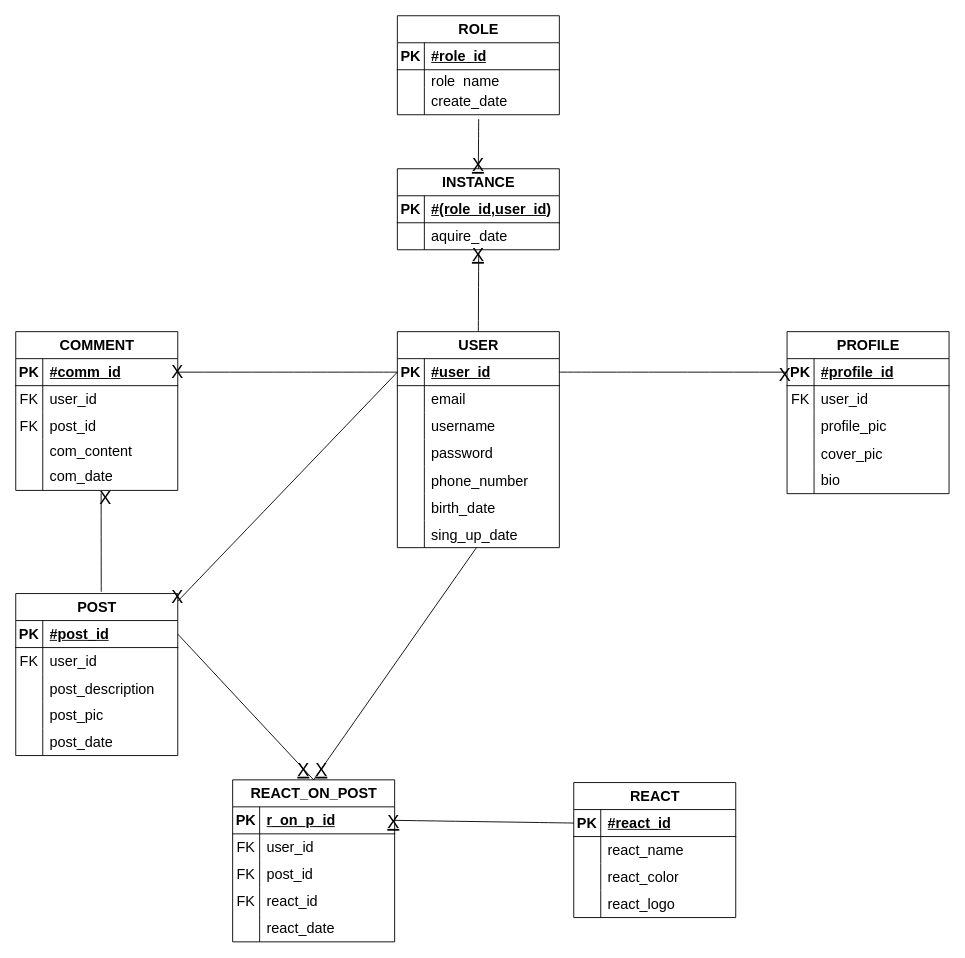
The draw.io diagram page "Conceptual diagram" (2 of 2) of Final Project/Diagrama aspnet .drawio in Matoka26/ASP.NET, before the edit. Source tidied: cells renumbered, new cells numbered last; positions are measured from the earlier drawing's top-left corner, leaving out a move shared by most shapes. Both pictures are drawn from the tidied source at 90%, with x=0, y=0 at pixel (15, 15).
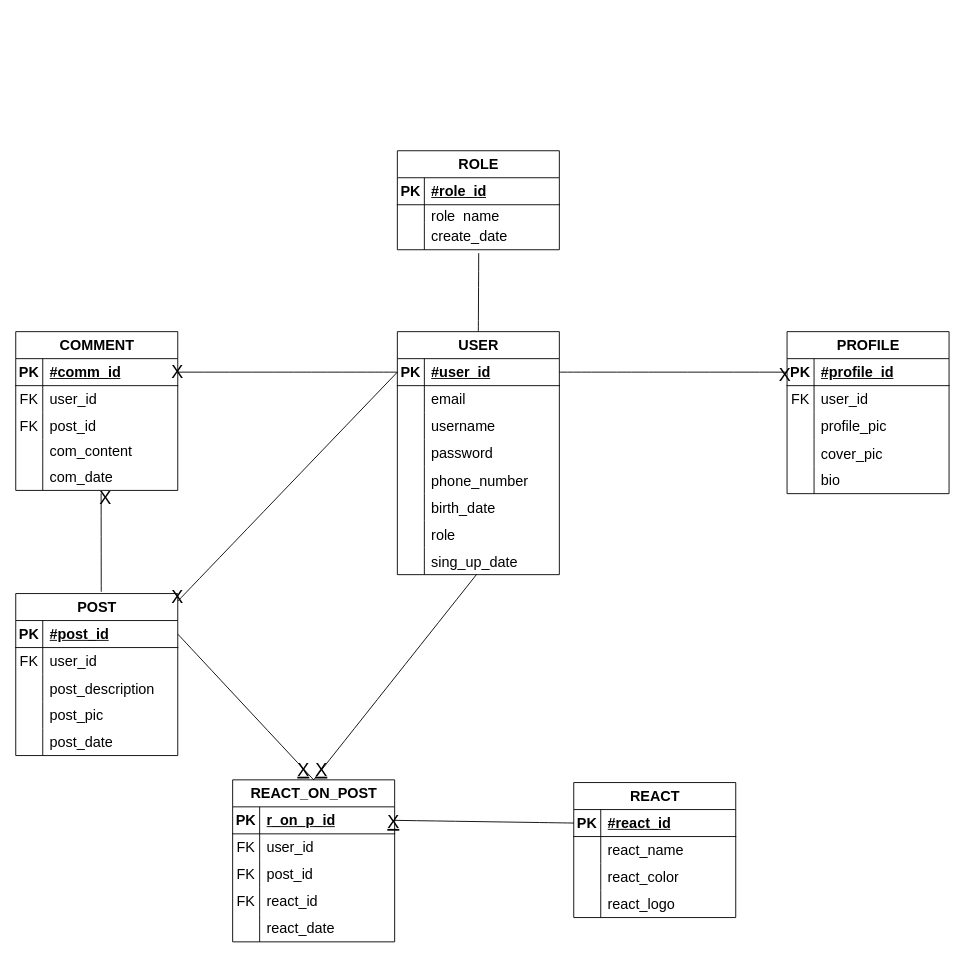
Above is the later version.

Commit message:
updated role-user relation

The change refers to these unchanged cells:
```xml
<mxCell id="123" style="shape=tableRow;horizontal=0;startSize=0;swimlaneHead=0;swimlaneBody=0;fillColor=none;points=[[0,0.5],[1,0.5]];portConstraint=eastwest;top=0;left=0;right=0;bottom=0;fontSize=16;" parent="116" vertex="1">
  <mxGeometry y="80" width="180" height="30" as="geometry" />
</mxCell>
```

The edit, as a diff of the source:
```diff
@@
     <mxCell id="2" value="USER" style="shape=table;startSize=30;childLayout=tableLayout;rowLines=0;fontStyle=1;align=center;html=1;fontSize=16;" parent="1" vertex="1">
-      <mxGeometry x="424" y="351" width="180" height="240" as="geometry" />
+      <mxGeometry x="424" y="351" width="180" height="270" as="geometry" />
     </mxCell>
@@
+    <mxCell id="137" style="shape=tableRow;horizontal=0;startSize=0;swimlaneHead=0;swimlaneBody=0;fillColor=none;top=0;left=0;right=0;bottom=0;fontSize=16;" parent="2" vertex="1">
+      <mxGeometry y="210" width="180" height="30" as="geometry" />
+    </mxCell>
+    <mxCell id="138" style="shape=partialRectangle;fillColor=none;top=0;left=0;bottom=0;right=0;overflow=hidden;fontSize=16;" parent="137" vertex="1">
+      <mxGeometry width="30" height="30" as="geometry" />
+    </mxCell>
+    <mxCell id="139" value="role" style="shape=partialRectangle;fillColor=none;top=0;left=0;bottom=0;right=0;align=left;spacingLeft=6;overflow=hidden;fontSize=16;" parent="137" vertex="1">
+      <mxGeometry x="30" width="150" height="30" as="geometry" />
+    </mxCell>
     <mxCell id="21" style="shape=tableRow;horizontal=0;startSize=0;swimlaneHead=0;swimlaneBody=0;fillColor=none;points=[[0,0.5],[1,0.5]];portConstraint=eastwest;top=0;left=0;right=0;bottom=0;fontSize=16;" parent="2" vertex="1">
-      <mxGeometry y="210" width="180" height="30" as="geometry" />
+      <mxGeometry y="240" width="180" height="30" as="geometry" />
     </mxCell>
@@
     <mxCell id="116" value="ROLE" style="shape=table;startSize=30;childLayout=tableLayout;rowLines=0;fontStyle=1;align=center;html=1;fontSize=16;" parent="1" vertex="1">
-      <mxGeometry x="424" width="180" height="110" as="geometry" />
+      <mxGeometry x="424" y="150" width="180" height="110" as="geometry" />
     </mxCell>
@@
-    <mxCell id="126" style="endArrow=none;html=1;rounded=0;fontSize=12;startSize=8;endSize=8;curved=1;exitX=0.5;exitY=0;exitDx=0;exitDy=0;entryX=0.502;entryY=1.125;entryDx=0;entryDy=0;entryPerimeter=0;" parent="1" edge="1" source="2" target="131">
-      <mxGeometry relative="1" as="geometry" />
+    <mxCell id="126" style="endArrow=none;html=1;rounded=0;fontSize=12;startSize=8;endSize=8;curved=1;exitX=0.5;exitY=0;exitDx=0;exitDy=0;entryX=0.502;entryY=1.125;entryDx=0;entryDy=0;entryPerimeter=0;" parent="1" edge="1" source="2">
+      <mxGeometry relative="1" as="geometry">
+        <mxPoint x="514.4" y="263.8" as="targetPoint" />
+      </mxGeometry>
     </mxCell>
-    <mxCell id="127" value="INSTANCE" style="shape=table;startSize=30;childLayout=tableLayout;rowLines=0;fontStyle=1;align=center;html=1;fontSize=16;" parent="1" vertex="1">
-      <mxGeometry x="424" y="170" width="180" height="90" as="geometry" />
-    </mxCell>
-    <mxCell id="128" style="shape=tableRow;horizontal=0;startSize=0;swimlaneHead=0;swimlaneBody=0;fillColor=none;top=0;left=0;right=0;bottom=1;fontSize=16;" parent="127" vertex="1">
-      <mxGeometry y="30" width="180" height="30" as="geometry" />
-    </mxCell>
-    <mxCell id="129" value="PK" style="shape=partialRectangle;fillColor=none;top=0;left=0;bottom=0;right=0;fontStyle=1;overflow=hidden;whiteSpace=wrap;html=1;fontSize=16;" parent="128" vertex="1">
-      <mxGeometry width="30" height="30" as="geometry" />
-    </mxCell>
-    <mxCell id="130" value="#(role_id,user_id)" style="shape=partialRectangle;fillColor=none;top=0;left=0;bottom=0;right=0;align=left;spacingLeft=6;fontStyle=5;overflow=hidden;whiteSpace=wrap;html=1;fontSize=16;" parent="128" vertex="1">
-      <mxGeometry x="30" width="150" height="30" as="geometry" />
-    </mxCell>
-    <mxCell id="131" style="shape=tableRow;horizontal=0;startSize=0;swimlaneHead=0;swimlaneBody=0;fillColor=none;points=[[0,0.5],[1,0.5]];portConstraint=eastwest;top=0;left=0;right=0;bottom=0;fontSize=16;" parent="127" vertex="1">
-      <mxGeometry y="60" width="180" height="30" as="geometry" />
-    </mxCell>
-    <mxCell id="132" style="shape=partialRectangle;fillColor=none;top=0;left=0;bottom=0;right=0;overflow=hidden;whiteSpace=wrap;html=1;fontSize=16;" parent="131" vertex="1">
-      <mxGeometry width="30" height="30" as="geometry" />
-    </mxCell>
-    <mxCell id="133" value="aquire_date" style="shape=partialRectangle;fillColor=none;top=0;left=0;bottom=0;right=0;align=left;spacingLeft=6;overflow=hidden;whiteSpace=wrap;html=1;fontSize=16;" parent="131" vertex="1">
-      <mxGeometry x="30" width="150" height="30" as="geometry" />
-    </mxCell>
-    <mxCell id="134" style="endArrow=none;html=1;rounded=0;fontSize=12;startSize=8;endSize=8;curved=1;exitX=0.502;exitY=1.161;exitDx=0;exitDy=0;exitPerimeter=0;entryX=0.5;entryY=0;entryDx=0;entryDy=0;" parent="1" edge="1" source="123" target="127">
-      <mxGeometry relative="1" as="geometry" />
-    </mxCell>
-    <mxCell id="135" value="&lt;u&gt;X&lt;/u&gt;" style="text;html=1;strokeColor=none;fillColor=none;align=center;verticalAlign=middle;whiteSpace=wrap;rounded=0;fontSize=20;" parent="1" vertex="1">
-      <mxGeometry x="484" y="150" width="60" height="30" as="geometry" />
-    </mxCell>
-    <mxCell id="136" value="&lt;u&gt;X&lt;/u&gt;" style="text;html=1;strokeColor=none;fillColor=none;align=center;verticalAlign=middle;whiteSpace=wrap;rounded=0;fontSize=20;" parent="1" vertex="1">
-      <mxGeometry x="484" y="250" width="60" height="30" as="geometry" />
-    </mxCell>
```
